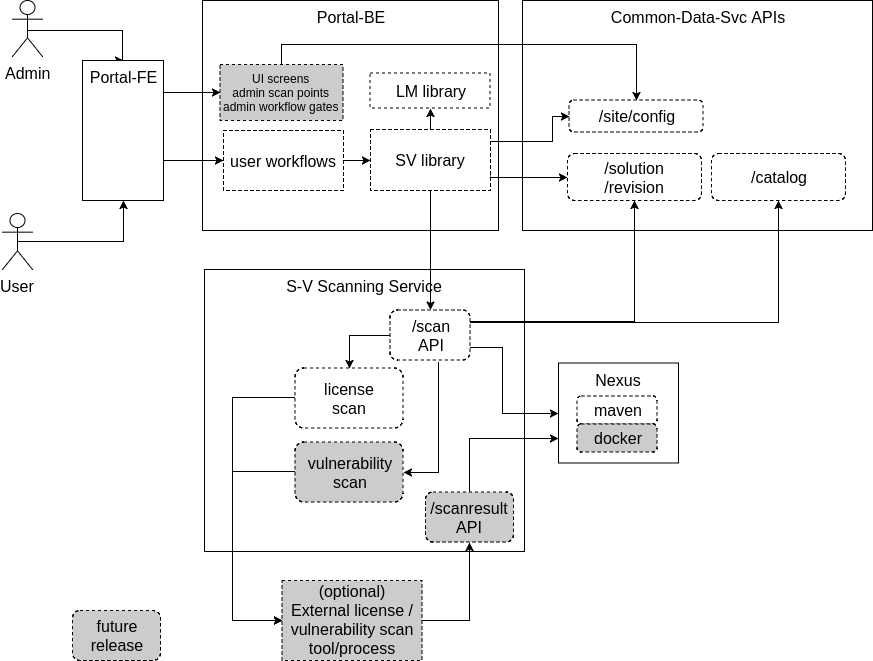
The draw.io diagram security-verification-service/docs/images/security-verification-arch.png in acumos/security-verification, before a commit. Source tidied: cells renumbered, new cells last; positions are measured from the earlier drawing's top-left corner, leaving out a move shared by most shapes.
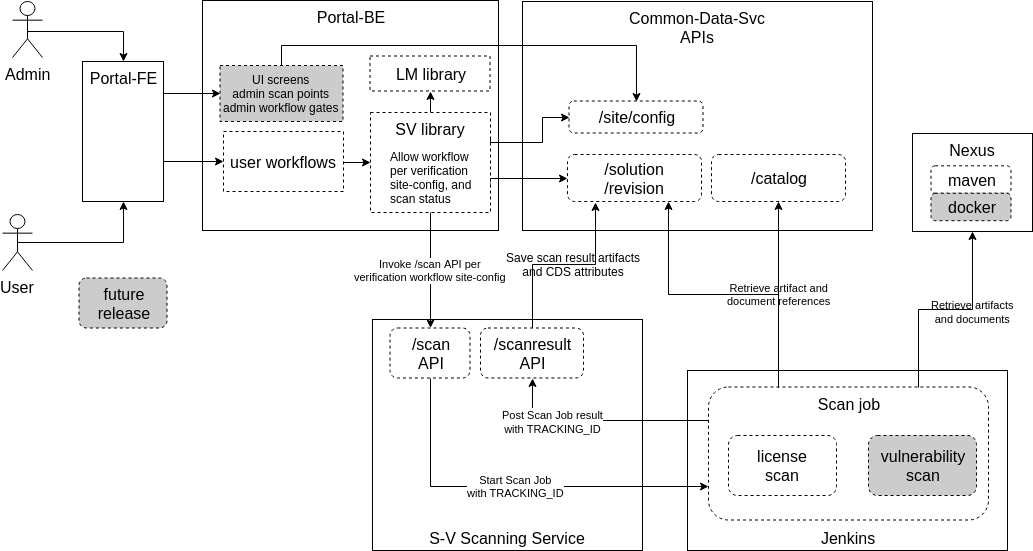
The same file after the commit.

Commit message:
Implement scan job queueing

Diff of the diagram source:
```diff
@@ -2,85 +2,50 @@
   <root>
     <mxCell id="0" />
     <mxCell id="1" parent="0" />
-    <mxCell id="2" value="Nexus" style="rounded=0;whiteSpace=wrap;html=1;fontSize=16;verticalAlign=top;" parent="1" vertex="1">
-      <mxGeometry x="556" y="362.5" width="120" height="100" as="geometry" />
-    </mxCell>
+    <mxCell id="46" style="group;" parent="1" vertex="1">
+      <mxGeometry x="685" y="369" width="320" height="180" as="geometry" />
+    </mxCell>
+    <mxCell id="47" value="Jenkins" style="rounded=0;whiteSpace=wrap;html=1;fontSize=16;verticalAlign=bottom;" parent="46" vertex="1">
+      <mxGeometry width="320" height="180" as="geometry" />
+    </mxCell>
+    <mxCell id="48" value="Scan job" style="rounded=1;whiteSpace=wrap;html=1;fontSize=16;dashed=1;verticalAlign=top;" parent="46" vertex="1">
+      <mxGeometry x="21" y="16.5" width="280" height="133" as="geometry" />
+    </mxCell>
+    <mxCell id="10" value="license&lt;br&gt;scan" style="rounded=1;whiteSpace=wrap;html=1;fontSize=16;dashed=1;" parent="46" vertex="1">
+      <mxGeometry x="41" y="65" width="108" height="60" as="geometry" />
+    </mxCell>
+    <mxCell id="19" value="vulnerability&lt;br&gt;scan" style="rounded=1;whiteSpace=wrap;html=1;fontSize=16;dashed=1;fillColor=#CCCCCC;" parent="46" vertex="1">
+      <mxGeometry x="181" y="65" width="108" height="60" as="geometry" />
+    </mxCell>
     <mxCell id="3" value="Common-Data-Svc APIs" style="rounded=0;whiteSpace=wrap;html=1;fontSize=16;verticalAlign=top;" parent="1" vertex="1">
-      <mxGeometry x="520" width="350" height="230" as="geometry" />
+      <mxGeometry x="520" width="350" height="229" as="geometry" />
     </mxCell>
-    <mxCell id="4" value="S-V Scanning Service" style="rounded=0;whiteSpace=wrap;html=1;fontSize=16;verticalAlign=top;" parent="1" vertex="1">
-      <mxGeometry x="202" y="269" width="320" height="282" as="geometry" />
+    <mxCell id="4" value="S-V Scanning Service" style="rounded=0;whiteSpace=wrap;html=1;fontSize=16;verticalAlign=bottom;align=center;" parent="1" vertex="1">
+      <mxGeometry x="370" y="318" width="270" height="231" as="geometry" />
     </mxCell>
     <mxCell id="5" style="edgeStyle=orthogonalEdgeStyle;rounded=0;html=1;jettySize=auto;entryX=0.5;entryY=0;entryDx=0;entryDy=0;exitX=0.5;exitY=0.5;exitDx=0;exitDy=0;exitPerimeter=0;" parent="1" edge="1" source="6" target="25">
       <mxGeometry relative="1" as="geometry">
         <Array as="points">
           <mxPoint x="25" y="30" />
-          <mxPoint x="120" y="30" />
+          <mxPoint x="121" y="30" />
         </Array>
       </mxGeometry>
     </mxCell>
     <mxCell id="6" value="Admin" style="shape=umlActor;verticalLabelPosition=bottom;labelBackgroundColor=#ffffff;verticalAlign=top;html=1;outlineConnect=0;fontSize=16;" parent="1" vertex="1">
       <mxGeometry x="10" width="30" height="56" as="geometry" />
     </mxCell>
-    <mxCell id="7" style="edgeStyle=orthogonalEdgeStyle;rounded=0;html=1;exitX=1;exitY=0.5;entryX=0.5;entryY=1;jettySize=auto;fontSize=16;" parent="1" edge="1" source="8" target="33">
-      <mxGeometry relative="1" as="geometry" />
-    </mxCell>
-    <mxCell id="8" value="(optional)&lt;br&gt;External license / vulnerability scan tool/process" style="rounded=0;whiteSpace=wrap;html=1;fontSize=16;verticalAlign=bottom;dashed=1;labelBackgroundColor=#CCCCCC;fillColor=#CCCCCC;" parent="1" vertex="1">
-      <mxGeometry x="279.5" y="580" width="140" height="80" as="geometry" />
-    </mxCell>
-    <mxCell id="9" style="edgeStyle=orthogonalEdgeStyle;rounded=0;html=1;exitX=0;exitY=0.5;entryX=0;entryY=0.5;jettySize=auto;fontSize=16;" parent="1" edge="1" source="10" target="8">
-      <mxGeometry relative="1" as="geometry">
-        <Array as="points">
-          <mxPoint x="230" y="397" />
-          <mxPoint x="230" y="620" />
-        </Array>
-      </mxGeometry>
-    </mxCell>
-    <mxCell id="10" value="license&lt;br&gt;scan" style="rounded=1;whiteSpace=wrap;html=1;fontSize=16;dashed=1;" parent="1" vertex="1">
-      <mxGeometry x="292.5" y="367.5" width="108" height="60" as="geometry" />
-    </mxCell>
-    <mxCell id="11" style="edgeStyle=orthogonalEdgeStyle;rounded=0;html=1;exitX=0;exitY=0.5;entryX=0.5;entryY=0;jettySize=auto;fontSize=16;" parent="1" edge="1" source="16" target="10">
-      <mxGeometry relative="1" as="geometry" />
-    </mxCell>
-    <mxCell id="12" style="edgeStyle=orthogonalEdgeStyle;rounded=0;html=1;exitX=0.6;exitY=1.04;jettySize=auto;fontSize=16;entryX=1;entryY=0.5;exitPerimeter=0;" parent="1" edge="1" source="16" target="19">
-      <mxGeometry relative="1" as="geometry" />
-    </mxCell>
-    <mxCell id="13" style="edgeStyle=orthogonalEdgeStyle;rounded=0;html=1;exitX=1;exitY=0.75;entryX=0;entryY=0.5;jettySize=auto;fontSize=16;" parent="1" edge="1" source="16" target="2">
-      <mxGeometry relative="1" as="geometry">
-        <Array as="points">
-          <mxPoint x="500" y="347" />
-          <mxPoint x="500" y="413" />
-        </Array>
-      </mxGeometry>
-    </mxCell>
-    <mxCell id="14" style="edgeStyle=orthogonalEdgeStyle;rounded=0;html=1;exitX=1;exitY=0.25;jettySize=auto;fontSize=16;entryX=0.5;entryY=1;entryDx=0;entryDy=0;" parent="1" edge="1" source="16" target="21">
-      <mxGeometry relative="1" as="geometry">
-        <Array as="points">
-          <mxPoint x="468" y="321" />
-          <mxPoint x="632" y="321" />
-        </Array>
-      </mxGeometry>
-    </mxCell>
-    <mxCell id="15" style="edgeStyle=orthogonalEdgeStyle;rounded=0;jettySize=auto;html=1;exitX=1;exitY=0.25;exitDx=0;exitDy=0;entryX=0.5;entryY=1;entryDx=0;entryDy=0;" parent="1" edge="1" source="16" target="41">
-      <mxGeometry relative="1" as="geometry" />
-    </mxCell>
+    <mxCell id="49" value="Start Scan Job&lt;br&gt;with TRACKING_ID" style="edgeStyle=orthogonalEdgeStyle;rounded=0;jettySize=auto;html=1;exitX=0.5;exitY=1;exitDx=0;exitDy=0;entryX=0;entryY=0.75;entryDx=0;entryDy=0;" parent="1" edge="1" source="16" target="48">
+      <mxGeometry relative="1" as="geometry" />
+    </mxCell>
     <mxCell id="16" value="/scan&lt;br&gt;API" style="rounded=1;whiteSpace=wrap;html=1;fontSize=16;dashed=1;" parent="1" vertex="1">
-      <mxGeometry x="387.5" y="309.5" width="80" height="50" as="geometry" />
+      <mxGeometry x="387.5" y="326.5" width="80" height="50" as="geometry" />
     </mxCell>
-    <mxCell id="17" style="edgeStyle=orthogonalEdgeStyle;rounded=0;html=1;exitX=1;exitY=0.75;entryX=1;entryY=0.75;jettySize=auto;orthogonalLoop=1;fontSize=16;" parent="1" edge="1" source="10" target="10">
-      <mxGeometry relative="1" as="geometry" />
+    <mxCell id="17" style="edgeStyle=orthogonalEdgeStyle;rounded=0;html=1;exitX=1;exitY=0.75;entryX=1;entryY=0.75;jettySize=auto;orthogonalLoop=1;fontSize=16;" parent="1" edge="1">
+      <mxGeometry relative="1" as="geometry">
+        <mxPoint x="387" y="462" as="sourcePoint" />
+        <mxPoint x="387" y="462" as="targetPoint" />
+      </mxGeometry>
     </mxCell>
-    <mxCell id="18" style="edgeStyle=orthogonalEdgeStyle;rounded=0;html=1;exitX=0;exitY=0.5;entryX=0;entryY=0.5;jettySize=auto;fontSize=16;" parent="1" edge="1" source="19" target="8">
-      <mxGeometry relative="1" as="geometry">
-        <Array as="points">
-          <mxPoint x="230" y="471" />
-          <mxPoint x="230" y="620" />
-        </Array>
-      </mxGeometry>
-    </mxCell>
-    <mxCell id="19" value="vulnerability&lt;br&gt;scan" style="rounded=1;whiteSpace=wrap;html=1;fontSize=16;dashed=1;fillColor=#CCCCCC;" parent="1" vertex="1">
-      <mxGeometry x="292.5" y="441.5" width="108" height="60" as="geometry" />
-    </mxCell>
     <mxCell id="20" value="/site/config&lt;br&gt;" style="rounded=1;whiteSpace=wrap;html=1;fontSize=16;dashed=1;" parent="1" vertex="1">
       <mxGeometry x="566.5" y="99.5" width="134" height="32" as="geometry" />
     </mxCell>
@@ -88,7 +53,7 @@
       <mxGeometry x="565" y="153" width="134" height="47" as="geometry" />
     </mxCell>
     <mxCell id="22" value="Portal-BE" style="rounded=0;whiteSpace=wrap;html=1;fontSize=16;verticalAlign=top;" parent="1" vertex="1">
-      <mxGeometry x="200" width="296" height="230" as="geometry" />
+      <mxGeometry x="200" y="-1" width="296" height="230" as="geometry" />
     </mxCell>
     <mxCell id="23" style="edgeStyle=orthogonalEdgeStyle;rounded=0;html=1;exitX=1;exitY=0.25;jettySize=auto;entryX=0;entryY=0.5;entryDx=0;entryDy=0;exitDx=0;exitDy=0;" parent="1" edge="1" source="25" target="28">
       <mxGeometry relative="1" as="geometry">
@@ -123,47 +88,35 @@
         </Array>
       </mxGeometry>
     </mxCell>
-    <mxCell id="30" value="maven" style="rounded=1;whiteSpace=wrap;html=1;fontSize=16;dashed=1;" parent="1" vertex="1">
-      <mxGeometry x="574.5" y="395.5" width="80" height="28" as="geometry" />
-    </mxCell>
-    <mxCell id="31" value="docker" style="rounded=1;whiteSpace=wrap;html=1;fontSize=16;dashed=1;fillColor=#CCCCCC;" parent="1" vertex="1">
-      <mxGeometry x="574.5" y="423.5" width="80" height="28" as="geometry" />
-    </mxCell>
-    <mxCell id="32" style="edgeStyle=orthogonalEdgeStyle;rounded=0;html=1;exitX=0.5;exitY=0;entryX=0;entryY=0.75;jettySize=auto;fontSize=16;" parent="1" edge="1" source="33" target="2">
-      <mxGeometry relative="1" as="geometry" />
-    </mxCell>
-    <mxCell id="33" value="/scanresult&lt;br&gt;API" style="rounded=1;whiteSpace=wrap;html=1;fontSize=16;dashed=1;labelBackgroundColor=#CCCCCC;fillColor=#CCCCCC;" parent="1" vertex="1">
-      <mxGeometry x="423" y="491.5" width="88" height="50" as="geometry" />
-    </mxCell>
     <mxCell id="34" style="edgeStyle=orthogonalEdgeStyle;rounded=0;html=1;exitX=0.5;exitY=0;entryX=0.5;entryY=0;jettySize=auto;orthogonalLoop=1;fontSize=16;" parent="1" edge="1">
       <mxGeometry relative="1" as="geometry">
-        <mxPoint x="429" y="84" as="sourcePoint" />
-        <mxPoint x="429" y="84" as="targetPoint" />
+        <mxPoint x="429" y="66" as="sourcePoint" />
+        <mxPoint x="429" y="66" as="targetPoint" />
       </mxGeometry>
     </mxCell>
     <mxCell id="35" style="edgeStyle=orthogonalEdgeStyle;rounded=0;jettySize=auto;html=1;exitX=0.5;exitY=0;exitDx=0;exitDy=0;entryX=0.5;entryY=1;entryDx=0;entryDy=0;" parent="1" edge="1" source="36" target="40">
       <mxGeometry relative="1" as="geometry" />
     </mxCell>
-    <mxCell id="36" value="SV library&lt;br&gt;" style="rounded=0;whiteSpace=wrap;html=1;fontSize=16;verticalAlign=middle;dashed=1;align=center;" parent="1" vertex="1">
-      <mxGeometry x="368" y="129" width="120" height="61" as="geometry" />
+    <mxCell id="36" value="SV library" style="rounded=0;fontSize=16;verticalAlign=top;dashed=1;align=center;whiteSpace=wrap;" parent="1" vertex="1">
+      <mxGeometry x="368" y="111" width="120" height="100" as="geometry" />
     </mxCell>
     <mxCell id="37" style="edgeStyle=orthogonalEdgeStyle;rounded=0;html=1;exitX=1;exitY=0.25;entryX=0;entryY=0.5;jettySize=auto;fontSize=12;" parent="1" edge="1" source="36" target="20">
       <mxGeometry relative="1" as="geometry">
         <Array as="points">
           <mxPoint x="488" y="141" />
-          <mxPoint x="550" y="141" />
-          <mxPoint x="550" y="116" />
+          <mxPoint x="540" y="141" />
+          <mxPoint x="540" y="116" />
         </Array>
       </mxGeometry>
     </mxCell>
-    <mxCell id="38" style="edgeStyle=orthogonalEdgeStyle;rounded=0;html=1;jettySize=auto;exitX=0.5;exitY=1;" parent="1" edge="1" source="36" target="16">
+    <mxCell id="38" value="Invoke /scan API per&lt;br&gt;verification workflow site-config" style="edgeStyle=orthogonalEdgeStyle;rounded=0;html=1;jettySize=auto;exitX=0.5;exitY=1;" parent="1" edge="1" source="36" target="16">
       <mxGeometry relative="1" as="geometry" />
     </mxCell>
     <mxCell id="39" value="future&lt;br&gt;release&lt;br&gt;" style="rounded=1;whiteSpace=wrap;html=1;fontSize=16;dashed=1;labelBackgroundColor=#CCCCCC;fillColor=#CCCCCC;" parent="1" vertex="1">
-      <mxGeometry x="70" y="610" width="88" height="50" as="geometry" />
+      <mxGeometry x="76.5" y="276.5" width="88" height="50" as="geometry" />
     </mxCell>
     <mxCell id="40" value="LM library&lt;br&gt;" style="rounded=0;whiteSpace=wrap;html=1;fontSize=16;verticalAlign=middle;dashed=1;align=center;" parent="1" vertex="1">
-      <mxGeometry x="367.5" y="72.5" width="120" height="35" as="geometry" />
+      <mxGeometry x="367.5" y="54.5" width="120" height="35" as="geometry" />
     </mxCell>
     <mxCell id="41" value="/catalog&lt;br&gt;" style="rounded=1;whiteSpace=wrap;html=1;fontSize=16;dashed=1;" parent="1" vertex="1">
       <mxGeometry x="709" y="153" width="134" height="47" as="geometry" />
@@ -175,10 +128,58 @@
       <mxGeometry y="213" width="30" height="56" as="geometry" />
     </mxCell>
     <mxCell id="44" style="edgeStyle=orthogonalEdgeStyle;rounded=0;jettySize=auto;html=1;exitX=1;exitY=0.5;exitDx=0;exitDy=0;entryX=0;entryY=0.5;entryDx=0;entryDy=0;" parent="1" edge="1" source="45" target="36">
-      <mxGeometry relative="1" as="geometry" />
+      <mxGeometry relative="1" as="geometry">
+        <Array as="points">
+          <mxPoint x="341" y="161" />
+        </Array>
+      </mxGeometry>
     </mxCell>
     <mxCell id="45" value="user workflows&lt;br&gt;" style="rounded=0;whiteSpace=wrap;html=1;fontSize=16;verticalAlign=middle;dashed=1;align=center;" parent="1" vertex="1">
       <mxGeometry x="221" y="130" width="120" height="60" as="geometry" />
     </mxCell>
+    <mxCell id="50" style="group;" parent="1" vertex="1">
+      <mxGeometry x="910" y="132" width="120" height="98" as="geometry" />
+    </mxCell>
+    <mxCell id="2" value="Nexus" style="rounded=0;whiteSpace=wrap;html=1;fontSize=16;verticalAlign=top;" parent="50" vertex="1">
+      <mxGeometry width="120" height="98" as="geometry" />
+    </mxCell>
+    <mxCell id="30" value="maven" style="rounded=1;whiteSpace=wrap;html=1;fontSize=16;dashed=1;" parent="50" vertex="1">
+      <mxGeometry x="18.5" y="32.3" width="80" height="27.4" as="geometry" />
+    </mxCell>
+    <mxCell id="31" value="docker" style="rounded=1;whiteSpace=wrap;html=1;fontSize=16;dashed=1;fillColor=#CCCCCC;" parent="50" vertex="1">
+      <mxGeometry x="18.5" y="59.8" width="80" height="27.4" as="geometry" />
+    </mxCell>
+    <mxCell id="51" style="edgeStyle=orthogonalEdgeStyle;rounded=0;jettySize=auto;html=1;exitX=0.5;exitY=0;exitDx=0;exitDy=0;entryX=0.209;entryY=1.021;entryDx=0;entryDy=0;entryPerimeter=0;" parent="1" edge="1" source="33" target="21">
+      <mxGeometry relative="1" as="geometry" />
+    </mxCell>
+    <mxCell id="52" value="Save scan result artifacts&lt;br&gt;and CDS attributes" style="text;html=1;align=center;verticalAlign=middle;labelBackgroundColor=none;" parent="51" vertex="1">
+      <mxGeometry x="0.1" y="1" relative="1" as="geometry" />
+    </mxCell>
+    <mxCell id="33" value="/scanresult&lt;br&gt;API" style="rounded=1;whiteSpace=wrap;html=1;fontSize=16;dashed=1;" parent="1" vertex="1">
+      <mxGeometry x="478" y="326.5" width="103" height="50" as="geometry" />
+    </mxCell>
+    <mxCell id="53" style="edgeStyle=orthogonalEdgeStyle;rounded=0;jettySize=auto;html=1;exitX=0;exitY=0.25;exitDx=0;exitDy=0;entryX=0.5;entryY=1;entryDx=0;entryDy=0;" parent="1" edge="1" source="48" target="33">
+      <mxGeometry relative="1" as="geometry" />
+    </mxCell>
+    <mxCell id="54" value="&lt;span style=&quot;font-size: 11px&quot;&gt;Post Scan Job result&lt;/span&gt;&lt;br style=&quot;font-size: 11px&quot;&gt;&lt;span style=&quot;font-size: 11px&quot;&gt;with TRACKING_ID&lt;/span&gt;" style="text;html=1;align=center;verticalAlign=middle;labelBackgroundColor=#ffffff;" parent="53" vertex="1">
+      <mxGeometry x="0.43" relative="1" as="geometry" />
+    </mxCell>
+    <mxCell id="55" value="Allow workflow per verification site-config, and scan status" style="text;whiteSpace=wrap;" parent="1" vertex="1">
+      <mxGeometry x="385.5" y="142" width="90" height="61" as="geometry" />
+    </mxCell>
+    <mxCell id="56" value="Retrieve artifact and&lt;br&gt;document references" style="edgeStyle=orthogonalEdgeStyle;rounded=0;jettySize=auto;html=1;exitX=0.25;exitY=0;exitDx=0;exitDy=0;entryX=0.75;entryY=1;entryDx=0;entryDy=0;labelBackgroundColor=none;" parent="1" edge="1" source="48" target="21">
+      <mxGeometry x="-0.37" relative="1" as="geometry" />
+    </mxCell>
+    <mxCell id="57" style="edgeStyle=orthogonalEdgeStyle;rounded=0;jettySize=auto;html=1;exitX=0.75;exitY=0;exitDx=0;exitDy=0;entryX=0.5;entryY=1;entryDx=0;entryDy=0;" parent="1" edge="1" source="48" target="2">
+      <mxGeometry relative="1" as="geometry" />
+    </mxCell>
+    <mxCell id="58" value="&lt;span style=&quot;font-size: 11px;&quot;&gt;Retrieve artifacts&lt;br&gt;and&amp;nbsp;&lt;/span&gt;&lt;span style=&quot;font-size: 11px;&quot;&gt;documents&lt;/span&gt;" style="text;html=1;align=center;verticalAlign=middle;labelBackgroundColor=none;" parent="57" vertex="1">
+      <mxGeometry x="0.25" y="8" relative="1" as="geometry">
+        <mxPoint x="1" y="9" as="offset" />
+      </mxGeometry>
+    </mxCell>
+    <mxCell id="59" style="edgeStyle=orthogonalEdgeStyle;rounded=0;jettySize=auto;html=1;exitX=0.25;exitY=0;exitDx=0;exitDy=0;entryX=0.5;entryY=1;entryDx=0;entryDy=0;labelBackgroundColor=none;" parent="1" edge="1" source="48" target="41">
+      <mxGeometry relative="1" as="geometry" />
+    </mxCell>
   </root>
 </mxGraphModel>
```
